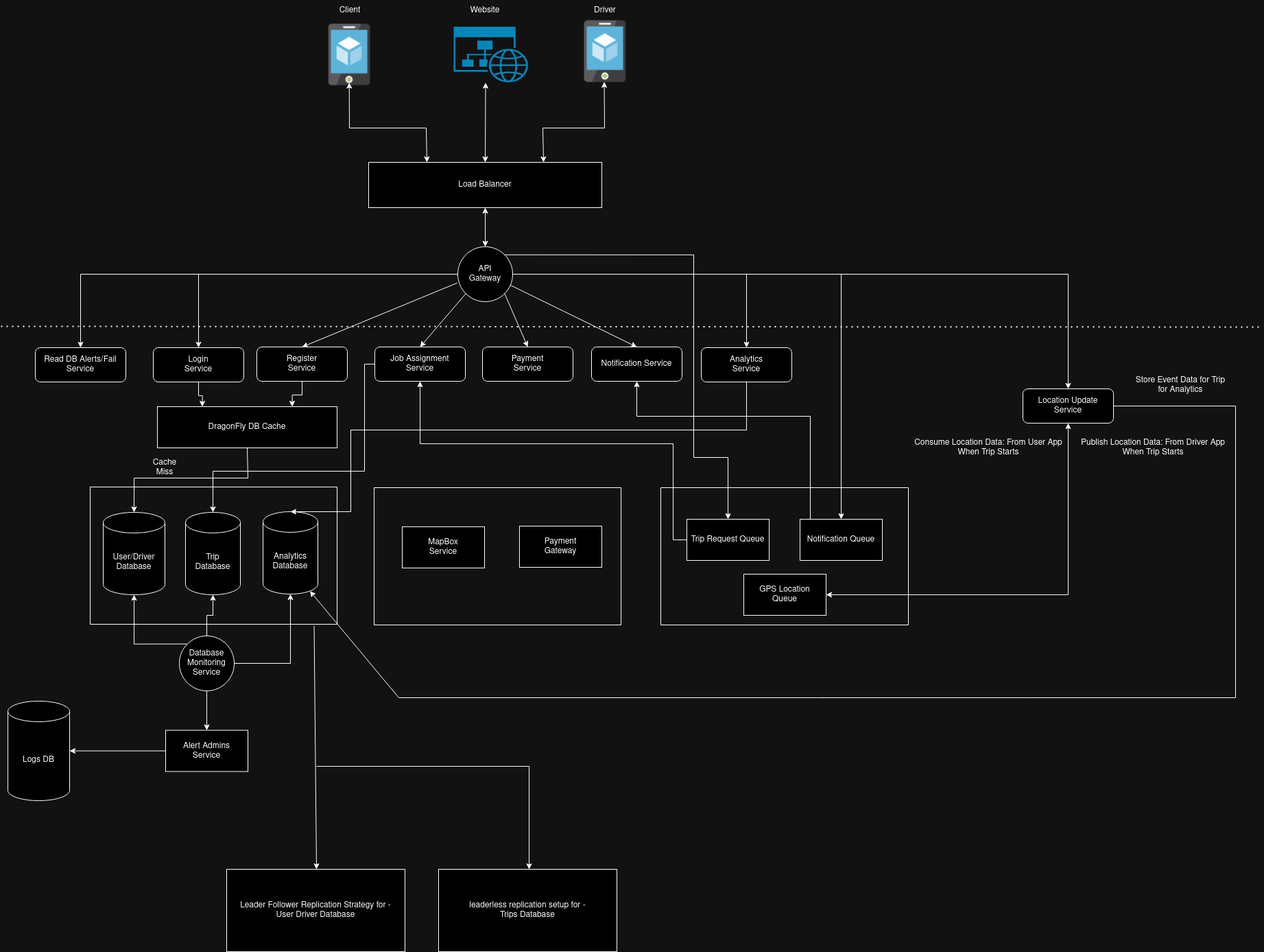
The draw.io diagram Proto.drawio.png in destrex271/portstuff, before a commit. Source tidied: cells renumbered, new cells last; positions are measured from the earlier drawing's top-left corner, leaving out a move shared by most shapes.
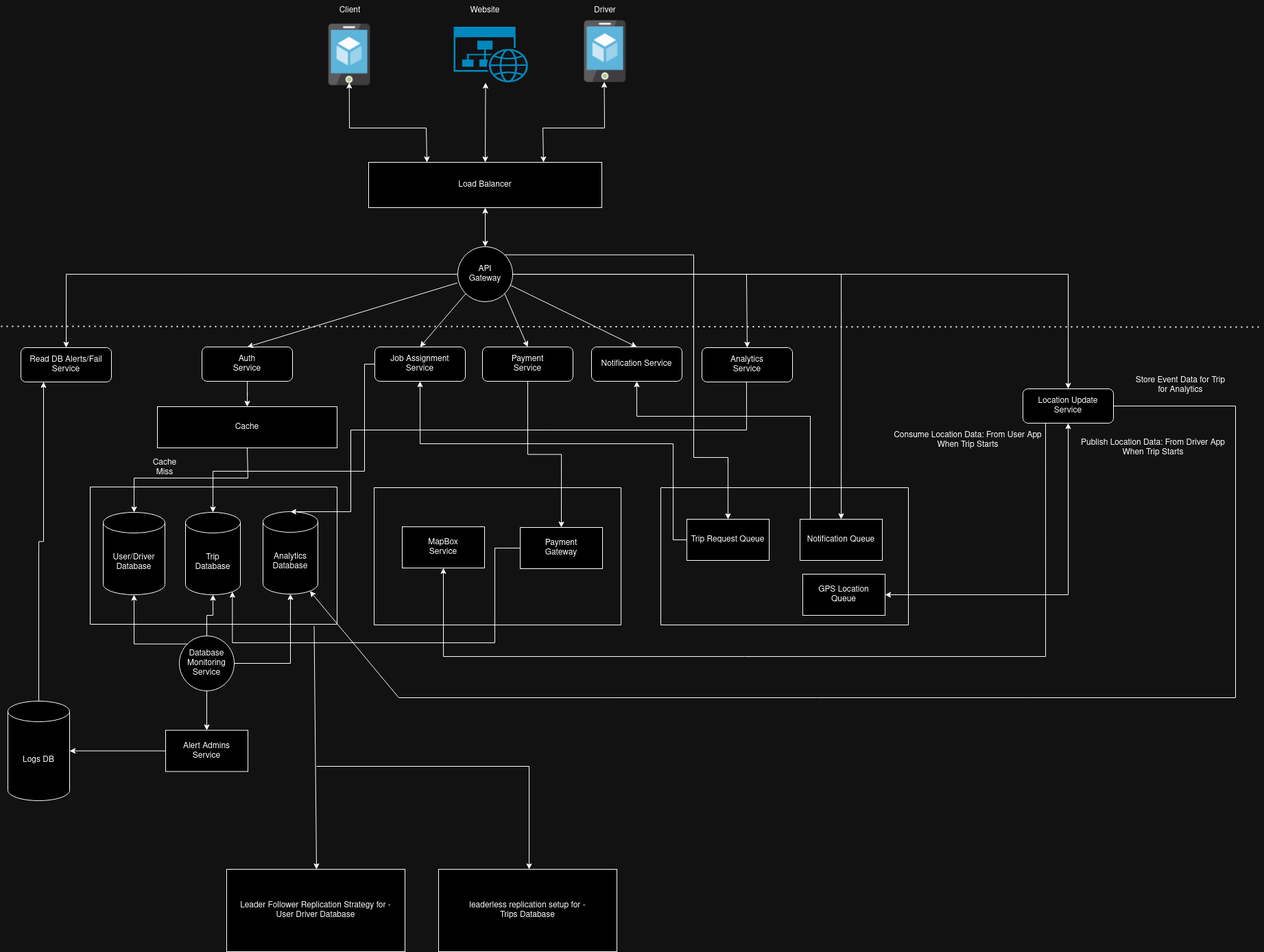
After the commit.

The edit, as a diff of the source:
```diff
@@ -72,21 +72,18 @@
         <mxPoint x="1840" y="476" as="targetPoint" />
       </mxGeometry>
     </mxCell>
-    <mxCell id="19" style="edgeStyle=orthogonalEdgeStyle;rounded=0;jettySize=auto;html=1;entryX=0.25;entryY=0;entryDx=0;entryDy=0;" parent="1" edge="1" source="20" target="44">
-      <mxGeometry relative="1" as="geometry" />
-    </mxCell>
-    <mxCell id="20" value="&lt;div&gt;Login&lt;/div&gt;Service" style="rounded=1;whiteSpace=wrap;html=1;" parent="1" vertex="1">
-      <mxGeometry x="222" y="506" width="132" height="50" as="geometry" />
-    </mxCell>
-    <mxCell id="21" style="edgeStyle=orthogonalEdgeStyle;rounded=0;jettySize=auto;html=1;entryX=0.75;entryY=0;entryDx=0;entryDy=0;" parent="1" edge="1" source="22" target="44">
+    <mxCell id="21" style="edgeStyle=orthogonalEdgeStyle;rounded=0;jettySize=auto;html=1;entryX=0.5;entryY=0;entryDx=0;entryDy=0;" parent="1" edge="1" source="22" target="44">
       <mxGeometry relative="1" as="geometry" />
     </mxCell>
-    <mxCell id="22" value="&lt;div&gt;Register&lt;/div&gt;&lt;div&gt;Service&lt;br&gt;&lt;/div&gt;" style="rounded=1;whiteSpace=wrap;html=1;" parent="1" vertex="1">
-      <mxGeometry x="373" y="505" width="132" height="50" as="geometry" />
+    <mxCell id="22" value="&lt;div&gt;Auth&lt;/div&gt;&lt;div&gt;Service&lt;br&gt;&lt;/div&gt;" style="rounded=1;whiteSpace=wrap;html=1;" parent="1" vertex="1">
+      <mxGeometry x="293" y="505" width="132" height="50" as="geometry" />
     </mxCell>
     <mxCell id="23" value="&lt;div&gt;Job Assignment&lt;/div&gt;&lt;div&gt;Service&lt;br&gt;&lt;/div&gt;" style="rounded=1;whiteSpace=wrap;html=1;" parent="1" vertex="1">
       <mxGeometry x="545" y="505" width="132" height="50" as="geometry" />
     </mxCell>
+    <mxCell id="70" style="edgeStyle=orthogonalEdgeStyle;rounded=0;jettySize=auto;html=1;entryX=0.5;entryY=0;entryDx=0;entryDy=0;" parent="1" edge="1" source="24" target="38">
+      <mxGeometry relative="1" as="geometry" />
+    </mxCell>
     <mxCell id="24" value="&lt;div&gt;Payment&lt;/div&gt;&lt;div&gt;Service&lt;br&gt;&lt;/div&gt;" style="rounded=1;whiteSpace=wrap;html=1;" parent="1" vertex="1">
       <mxGeometry x="702" y="505" width="132" height="50" as="geometry" />
     </mxCell>
@@ -94,15 +91,8 @@
       <mxGeometry x="861" y="505" width="132" height="50" as="geometry" />
     </mxCell>
     <mxCell id="26" value="&lt;div&gt;Analytics&lt;/div&gt;&lt;div&gt;Service&lt;br&gt;&lt;/div&gt;" style="rounded=1;whiteSpace=wrap;html=1;" parent="1" vertex="1">
-      <mxGeometry x="1021" y="506" width="132" height="50" as="geometry" />
+      <mxGeometry x="1022" y="506" width="132" height="50" as="geometry" />
     </mxCell>
-    <mxCell id="27" style="endArrow=classic;html=1;rounded=0;exitX=0;exitY=0.5;exitDx=0;exitDy=0;entryX=0.5;entryY=0;entryDx=0;entryDy=0;" parent="1" edge="1" source="16" target="20">
-      <mxGeometry relative="1" as="geometry">
-        <Array as="points">
-          <mxPoint x="288" y="399" />
-        </Array>
-      </mxGeometry>
-    </mxCell>
     <mxCell id="28" style="endArrow=classic;html=1;rounded=0;exitX=-0.008;exitY=0.658;exitDx=0;exitDy=0;exitPerimeter=0;entryX=0.5;entryY=0;entryDx=0;entryDy=0;" parent="1" edge="1" source="16" target="22">
       <mxGeometry relative="1" as="geometry" />
     </mxCell>
@@ -138,7 +128,7 @@
       <mxGeometry x="544" y="710" width="360" height="200" as="geometry" />
     </mxCell>
     <mxCell id="38" value="&lt;div&gt;Payment&lt;/div&gt;&lt;div&gt;Gateway&lt;/div&gt;" style="rounded=0;whiteSpace=wrap;html=1;" parent="37" vertex="1">
-      <mxGeometry x="212" y="56" width="120" height="60" as="geometry" />
+      <mxGeometry x="213" y="58" width="120" height="60" as="geometry" />
     </mxCell>
     <mxCell id="39" value="&lt;div&gt;MapBox&lt;/div&gt;&lt;div&gt;Service&lt;br&gt;&lt;/div&gt;" style="rounded=0;whiteSpace=wrap;html=1;" parent="1" vertex="1">
       <mxGeometry x="585" y="767" width="120" height="60" as="geometry" />
@@ -153,9 +143,9 @@
       <mxGeometry x="203" y="46" width="120" height="60" as="geometry" />
     </mxCell>
     <mxCell id="43" value="&lt;div&gt;GPS Location&lt;/div&gt;&lt;div&gt;Queue&lt;br&gt;&lt;/div&gt;" style="rounded=0;whiteSpace=wrap;html=1;" parent="40" vertex="1">
-      <mxGeometry x="121" y="126" width="120" height="60" as="geometry" />
+      <mxGeometry x="207" y="126" width="120" height="60" as="geometry" />
     </mxCell>
-    <mxCell id="44" value="DragonFly DB Cache" style="rounded=0;whiteSpace=wrap;html=1;" parent="1" vertex="1">
+    <mxCell id="44" value="Cache" style="rounded=0;whiteSpace=wrap;html=1;" parent="1" vertex="1">
       <mxGeometry x="228" y="592" width="262" height="60" as="geometry" />
     </mxCell>
     <mxCell id="45" style="endArrow=classic;html=1;rounded=0;exitX=0.5;exitY=1;exitDx=0;exitDy=0;entryX=0.5;entryY=0;entryDx=0;entryDy=0;entryPerimeter=0;" parent="1" edge="1" source="44" target="33">
@@ -222,6 +212,9 @@
     <mxCell id="56" value="&lt;div&gt;Alert Admins&lt;/div&gt;&lt;div&gt;Service&lt;br&gt;&lt;/div&gt;" style="rounded=0;whiteSpace=wrap;html=1;" parent="1" vertex="1">
       <mxGeometry x="240" y="1063.5" width="120" height="60" as="geometry" />
     </mxCell>
+    <mxCell id="71" style="edgeStyle=orthogonalEdgeStyle;rounded=0;jettySize=auto;html=1;entryX=0.25;entryY=1;entryDx=0;entryDy=0;" parent="1" edge="1" source="57" target="59">
+      <mxGeometry relative="1" as="geometry" />
+    </mxCell>
     <mxCell id="57" value="Logs DB" style="shape=cylinder3;whiteSpace=wrap;html=1;boundedLbl=1;backgroundOutline=1;size=15;" parent="1" vertex="1">
       <mxGeometry x="10" y="1021" width="90" height="145" as="geometry" />
     </mxCell>
@@ -229,7 +222,7 @@
       <mxGeometry relative="1" as="geometry" />
     </mxCell>
     <mxCell id="59" value="&lt;div&gt;Read DB Alerts/Fail&lt;/div&gt;&lt;div&gt;Service&lt;br&gt;&lt;/div&gt;" style="rounded=1;whiteSpace=wrap;html=1;" parent="1" vertex="1">
-      <mxGeometry x="50" y="506" width="132" height="50" as="geometry" />
+      <mxGeometry x="29" y="506" width="132" height="50" as="geometry" />
     </mxCell>
     <mxCell id="60" style="endArrow=classic;html=1;rounded=0;exitX=0.907;exitY=1.012;exitDx=0;exitDy=0;exitPerimeter=0;" parent="1" edge="1" source="36">
       <mxGeometry relative="1" as="geometry">
@@ -251,6 +244,14 @@
     <mxCell id="63" value="&lt;div&gt;leaderless replication setup for -&lt;/div&gt;&lt;div&gt;Trips Database&lt;br&gt;&lt;/div&gt;" style="rounded=0;whiteSpace=wrap;html=1;" parent="1" vertex="1">
       <mxGeometry x="638" y="1266" width="260" height="120" as="geometry" />
     </mxCell>
+    <mxCell id="72" style="edgeStyle=orthogonalEdgeStyle;rounded=0;jettySize=auto;html=1;exitX=0.25;exitY=1;exitDx=0;exitDy=0;entryX=0.5;entryY=1;entryDx=0;entryDy=0;" parent="1" edge="1" source="64" target="39">
+      <mxGeometry relative="1" as="geometry">
+        <Array as="points">
+          <mxPoint x="1523" y="956" />
+          <mxPoint x="645" y="956" />
+        </Array>
+      </mxGeometry>
+    </mxCell>
     <mxCell id="64" value="&lt;div&gt;Location Update &lt;br&gt;&lt;/div&gt;&lt;div&gt;Service&lt;br&gt;&lt;/div&gt;" style="rounded=1;whiteSpace=wrap;html=1;" parent="1" vertex="1">
       <mxGeometry x="1490" y="566" width="132" height="50" as="geometry" />
     </mxCell>
@@ -265,7 +266,7 @@
       <mxGeometry x="1570" y="637" width="220" height="30" as="geometry" />
     </mxCell>
     <mxCell id="67" value="&lt;div&gt;Consume Location Data: From User App&lt;/div&gt;&lt;div&gt;When Trip Starts&lt;br&gt;&lt;/div&gt;" style="text;html=1;align=center;verticalAlign=middle;whiteSpace=wrap;rounded=0;" parent="1" vertex="1">
-      <mxGeometry x="1330" y="637" width="220" height="30" as="geometry" />
+      <mxGeometry x="1300" y="626" width="220" height="30" as="geometry" />
     </mxCell>
     <mxCell id="68" style="endArrow=classic;html=1;rounded=0;exitX=1;exitY=0.5;exitDx=0;exitDy=0;entryX=0.855;entryY=1;entryDx=0;entryDy=-4.35;entryPerimeter=0;" parent="1" edge="1" source="64" target="35">
       <mxGeometry relative="1" as="geometry">
@@ -279,5 +280,14 @@
     <mxCell id="69" value="&lt;div&gt;Store Event Data for Trip&lt;/div&gt;&lt;div&gt;for Analytics&lt;br&gt;&lt;/div&gt;" style="text;html=1;align=center;verticalAlign=middle;whiteSpace=wrap;rounded=0;" parent="1" vertex="1">
       <mxGeometry x="1610" y="546" width="220" height="30" as="geometry" />
     </mxCell>
+    <mxCell id="73" style="edgeStyle=orthogonalEdgeStyle;rounded=0;jettySize=auto;html=1;entryX=0.855;entryY=1;entryDx=0;entryDy=-4.35;entryPerimeter=0;" parent="1" edge="1" source="38" target="34">
+      <mxGeometry relative="1" as="geometry">
+        <Array as="points">
+          <mxPoint x="720" y="798" />
+          <mxPoint x="720" y="936" />
+          <mxPoint x="337" y="936" />
+        </Array>
+      </mxGeometry>
+    </mxCell>
   </root>
 </mxGraphModel>
```
